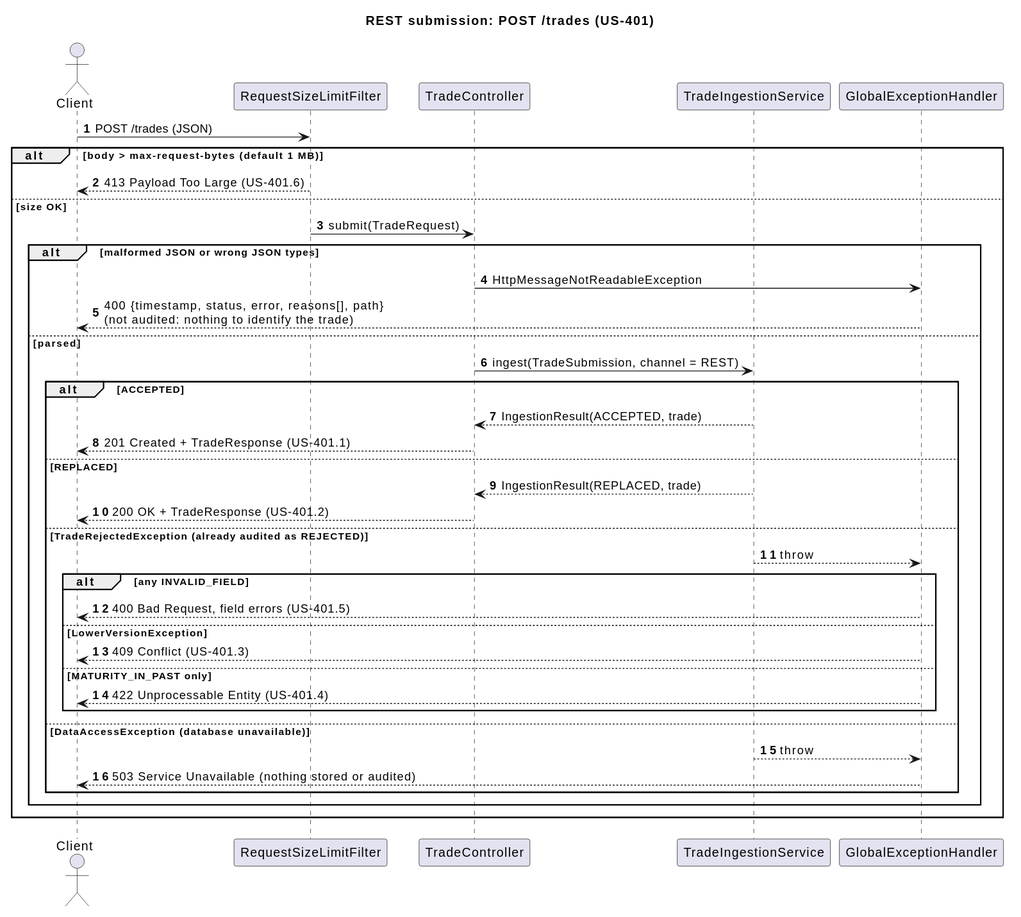
kuldipkumar/Trade-store keeps this PlantUML diagram as docs/diagrams/out/05-seq-rest-submit.svg. Above is the earlier version. Its diagram source:
```plantuml
@startuml
title REST submission: POST /trades (US-401)

autonumber
actor Client
participant RequestSizeLimitFilter
participant TradeController
participant TradeIngestionService
participant GlobalExceptionHandler

Client -> RequestSizeLimitFilter : POST /trades (JSON)

alt body > max-request-bytes (default 1 MB)
  RequestSizeLimitFilter --> Client : 413 Payload Too Large (US-401.6)
else size OK
  RequestSizeLimitFilter -> TradeController : submit(TradeRequest)
  alt malformed JSON or wrong JSON types
    TradeController -> GlobalExceptionHandler : HttpMessageNotReadableException
    GlobalExceptionHandler --> Client : 400 {timestamp, status, error, reasons[], path}\n(not audited: nothing to identify the trade)
  else parsed
    TradeController -> TradeIngestionService : ingest(TradeSubmission, channel = REST)
    alt ACCEPTED
      TradeIngestionService --> TradeController : IngestionResult(ACCEPTED, trade)
      TradeController --> Client : 201 Created + TradeResponse (US-401.1)
    else REPLACED
      TradeIngestionService --> TradeController : IngestionResult(REPLACED, trade)
      TradeController --> Client : 200 OK + TradeResponse (US-401.2)
    else TradeRejectedException (already audited as REJECTED)
      TradeIngestionService --> GlobalExceptionHandler : throw
      alt any INVALID_FIELD
        GlobalExceptionHandler --> Client : 400 Bad Request, field errors (US-401.5)
      else LowerVersionException
        GlobalExceptionHandler --> Client : 409 Conflict (US-401.3)
      else MATURITY_IN_PAST only
        GlobalExceptionHandler --> Client : 422 Unprocessable Entity (US-401.4)
      end
    else DataAccessException (database unavailable)
      TradeIngestionService --> GlobalExceptionHandler : throw
      GlobalExceptionHandler --> Client : 503 Service Unavailable (nothing stored or audited)
    end
  end
end
@enduml
```
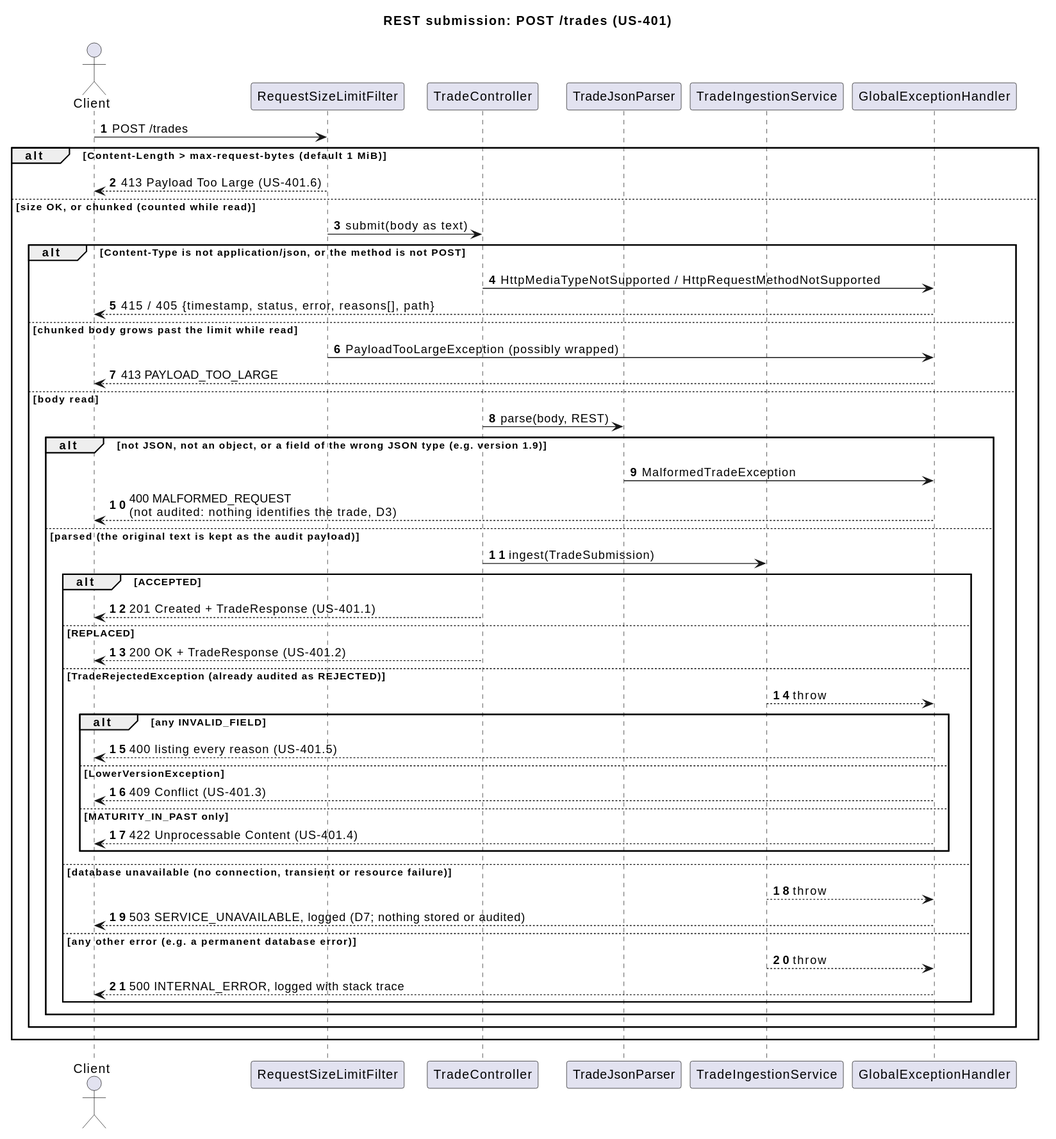
The same file after the commit.

Commit message:
docs: US-401 address review: class and REST sequence diagrams, LLD 1 and 7, test review, PROMPTS

The edit, as a diff of the source:
```diff
@@ -5,38 +5,49 @@
 actor Client
 participant RequestSizeLimitFilter
 participant TradeController
+participant TradeJsonParser
 participant TradeIngestionService
 participant GlobalExceptionHandler
 
-Client -> RequestSizeLimitFilter : POST /trades (JSON)
+Client -> RequestSizeLimitFilter : POST /trades
 
-alt body > max-request-bytes (default 1 MB)
+alt Content-Length > max-request-bytes (default 1 MiB)
   RequestSizeLimitFilter --> Client : 413 Payload Too Large (US-401.6)
-else size OK
-  RequestSizeLimitFilter -> TradeController : submit(TradeRequest)
-  alt malformed JSON or wrong JSON types
-    TradeController -> GlobalExceptionHandler : HttpMessageNotReadableException
-    GlobalExceptionHandler --> Client : 400 {timestamp, status, error, reasons[], path}\n(not audited: nothing to identify the trade)
-  else parsed
-    TradeController -> TradeIngestionService : ingest(TradeSubmission, channel = REST)
-    alt ACCEPTED
-      TradeIngestionService --> TradeController : IngestionResult(ACCEPTED, trade)
-      TradeController --> Client : 201 Created + TradeResponse (US-401.1)
-    else REPLACED
-      TradeIngestionService --> TradeController : IngestionResult(REPLACED, trade)
-      TradeController --> Client : 200 OK + TradeResponse (US-401.2)
-    else TradeRejectedException (already audited as REJECTED)
-      TradeIngestionService --> GlobalExceptionHandler : throw
-      alt any INVALID_FIELD
-        GlobalExceptionHandler --> Client : 400 Bad Request, field errors (US-401.5)
-      else LowerVersionException
-        GlobalExceptionHandler --> Client : 409 Conflict (US-401.3)
-      else MATURITY_IN_PAST only
-        GlobalExceptionHandler --> Client : 422 Unprocessable Entity (US-401.4)
+else size OK, or chunked (counted while read)
+  RequestSizeLimitFilter -> TradeController : submit(body as text)
+  alt Content-Type is not application/json, or the method is not POST
+    TradeController -> GlobalExceptionHandler : HttpMediaTypeNotSupported / HttpRequestMethodNotSupported
+    GlobalExceptionHandler --> Client : 415 / 405 {timestamp, status, error, reasons[], path}
+  else chunked body grows past the limit while read
+    RequestSizeLimitFilter -> GlobalExceptionHandler : PayloadTooLargeException (possibly wrapped)
+    GlobalExceptionHandler --> Client : 413 PAYLOAD_TOO_LARGE
+  else body read
+    TradeController -> TradeJsonParser : parse(body, REST)
+    alt not JSON, not an object, or a field of the wrong JSON type (e.g. version 1.9)
+      TradeJsonParser -> GlobalExceptionHandler : MalformedTradeException
+      GlobalExceptionHandler --> Client : 400 MALFORMED_REQUEST\n(not audited: nothing identifies the trade, D3)
+    else parsed (the original text is kept as the audit payload)
+      TradeController -> TradeIngestionService : ingest(TradeSubmission)
+      alt ACCEPTED
+        TradeController --> Client : 201 Created + TradeResponse (US-401.1)
+      else REPLACED
+        TradeController --> Client : 200 OK + TradeResponse (US-401.2)
+      else TradeRejectedException (already audited as REJECTED)
+        TradeIngestionService --> GlobalExceptionHandler : throw
+        alt any INVALID_FIELD
+          GlobalExceptionHandler --> Client : 400 listing every reason (US-401.5)
+        else LowerVersionException
+          GlobalExceptionHandler --> Client : 409 Conflict (US-401.3)
+        else MATURITY_IN_PAST only
+          GlobalExceptionHandler --> Client : 422 Unprocessable Content (US-401.4)
+        end
+      else database unavailable (no connection, transient or resource failure)
+        TradeIngestionService --> GlobalExceptionHandler : throw
+        GlobalExceptionHandler --> Client : 503 SERVICE_UNAVAILABLE, logged (D7; nothing stored or audited)
+      else any other error (e.g. a permanent database error)
+        TradeIngestionService --> GlobalExceptionHandler : throw
+        GlobalExceptionHandler --> Client : 500 INTERNAL_ERROR, logged with stack trace
       end
-    else DataAccessException (database unavailable)
-      TradeIngestionService --> GlobalExceptionHandler : throw
-      GlobalExceptionHandler --> Client : 503 Service Unavailable (nothing stored or audited)
     end
   end
 end
```
